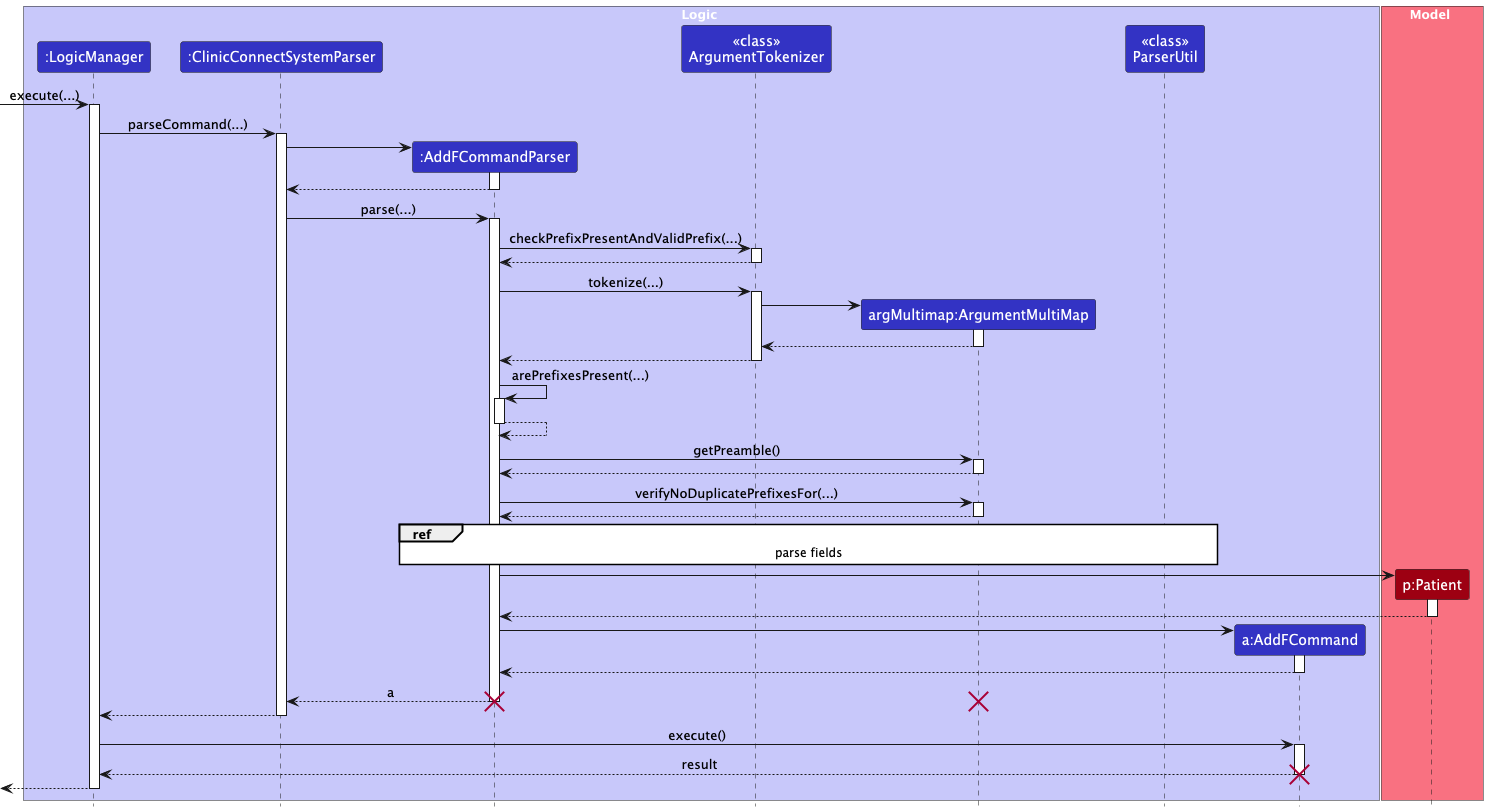
This is docs/images/AddFSequenceDiagram.png from nus-cs2103-AY2425S1/tp, a PlantUML export, as it was before one commit.
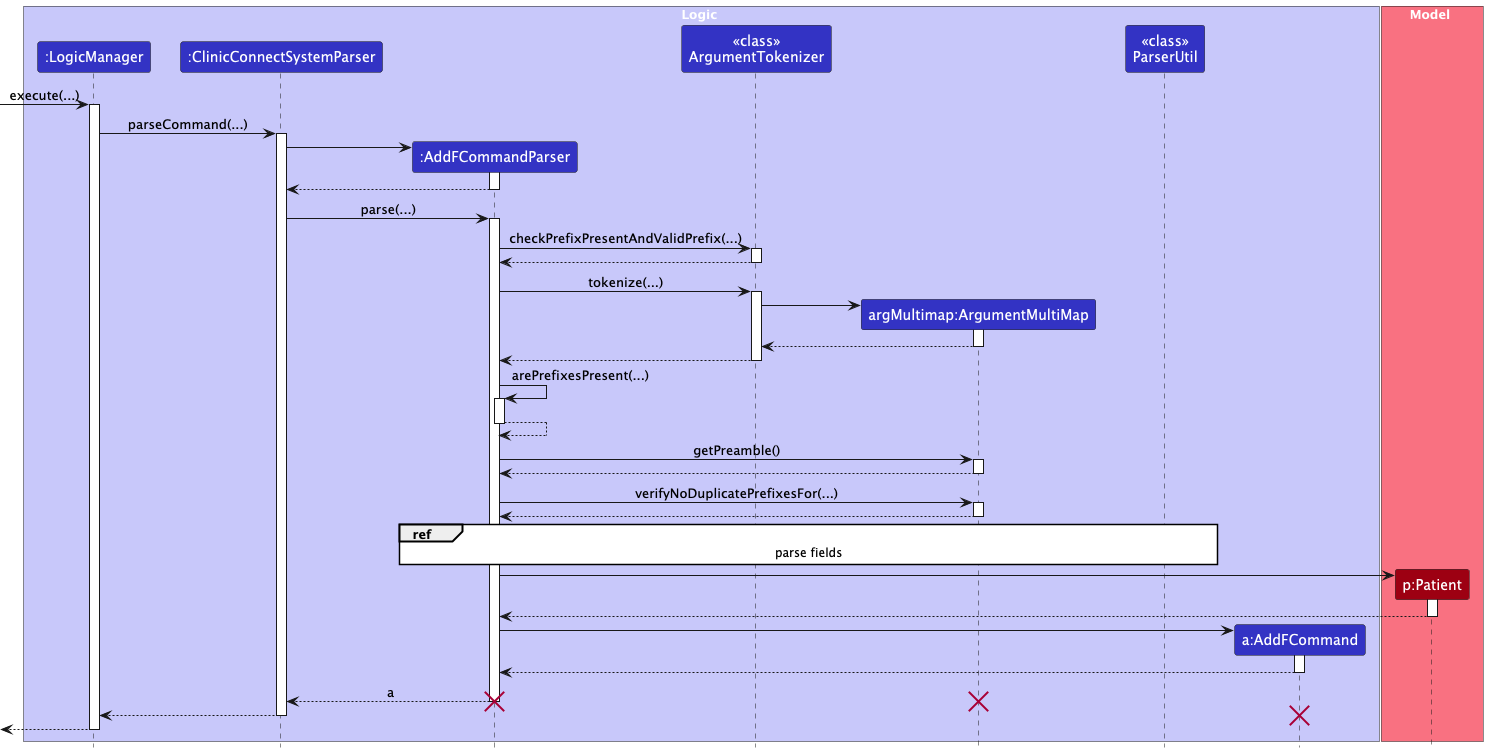
The same diagram one commit later.

What changed in the source:
```diff
@@ -97,12 +97,6 @@
 ClinicConnectSystemParser --> LogicManager
 deactivate ClinicConnectSystemParser
 
-LogicManager -> AddFCommand : execute()
-activate AddFCommand
-
-
-AddFCommand --> LogicManager : result
-deactivate AddFCommand
 destroy AddFCommand
 [<--LogicManager
 deactivate LogicManager
```
